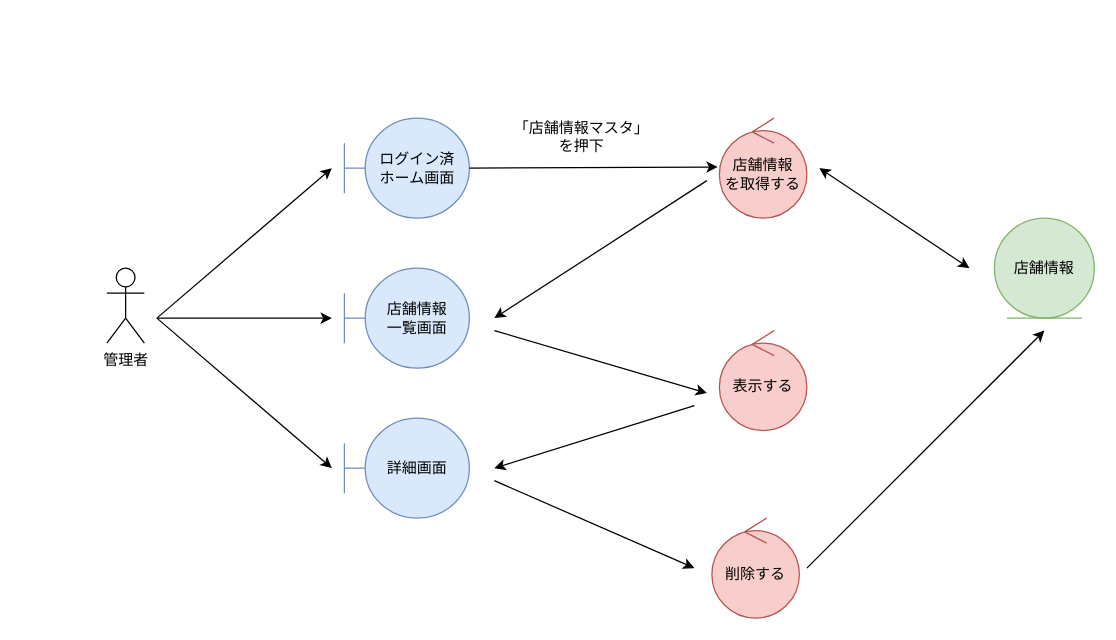
Earlier version of the draw.io diagram page "*店舗情報管理_削除" (4 of 4) of 各種設計書/3ロバストネス図/マスタ管理/2.店舗情報マスタ.drawio (HaruShim/Sotuken). Source tidied: cells renumbered, new cells numbered last; positions are measured from the earlier drawing's top-left corner, leaving out a move shared by most shapes. Both pictures are drawn from the tidied source at 125%, with x=0, y=0 at pixel (106, 118).
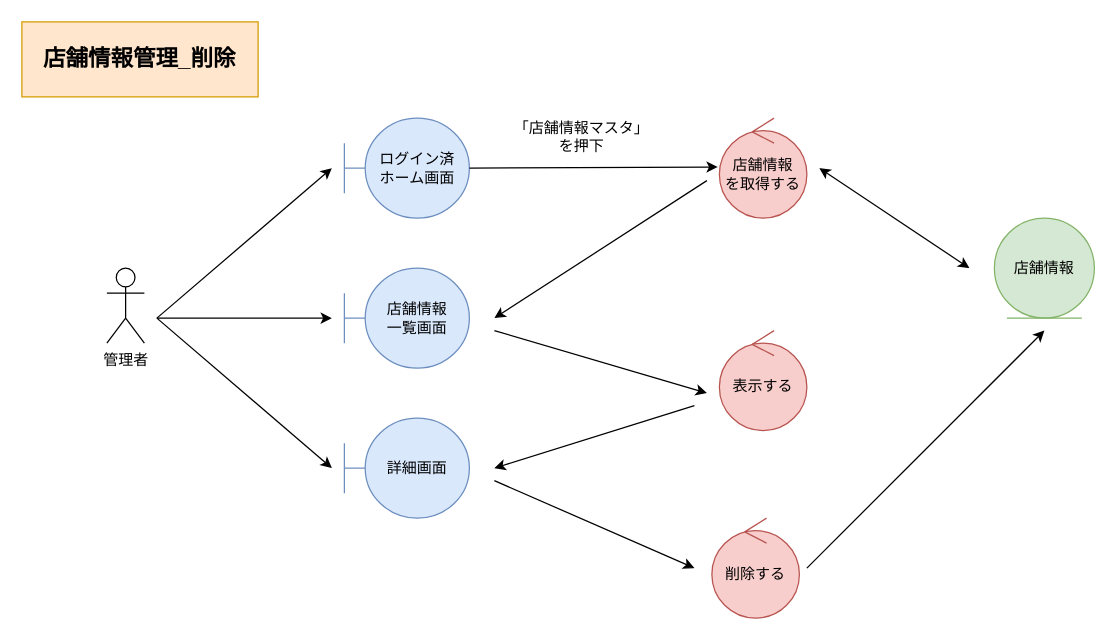
After the change.

Diff of the diagram source:
```diff
@@
+    <mxCell id="21" value="店舗情報管理_削除" style="rounded=0;whiteSpace=wrap;html=1;fillColor=#ffe6cc;strokeColor=#d79b00;fontStyle=1;fontSize=18;" parent="1" vertex="1">
+      <mxGeometry x="-68" y="-77" width="189" height="60" as="geometry" />
+    </mxCell>
```
